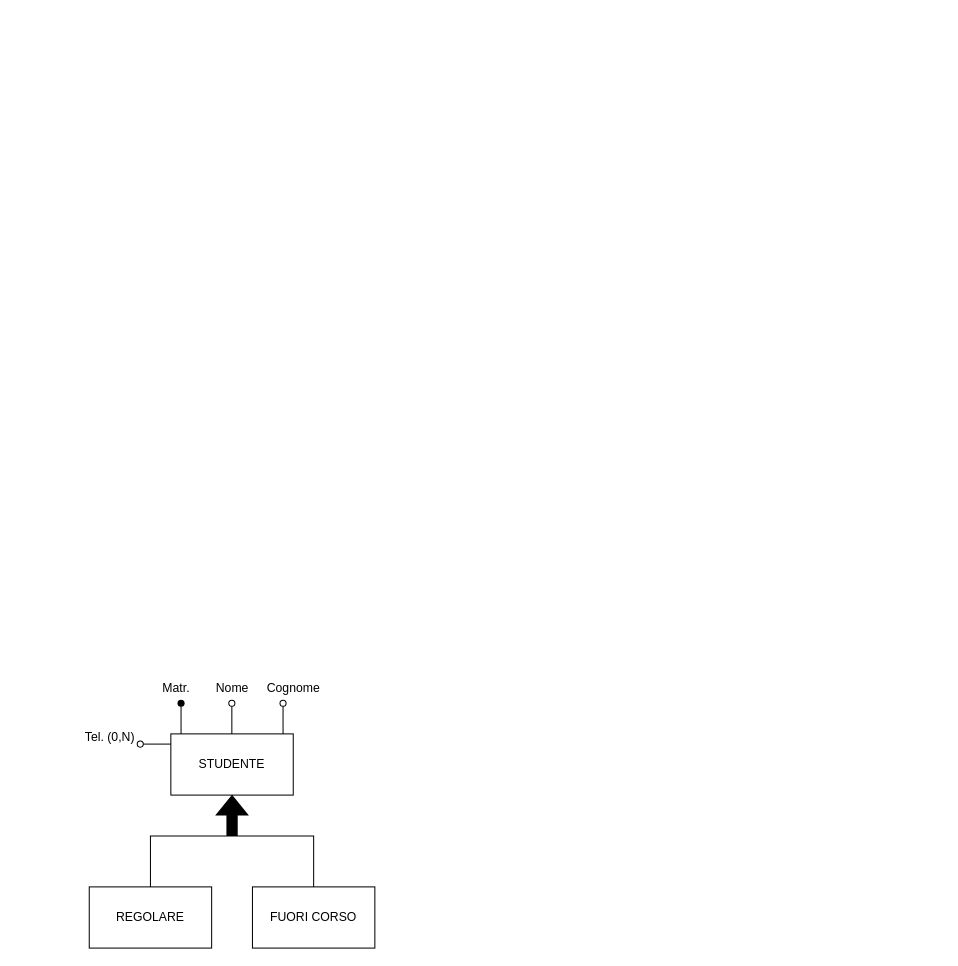
alexbnls/BasiDati keeps this draw.io diagram as Universita.drawio. Above is the earlier version. Source tidied: cells renumbered, new cells numbered last; positions are measured from the earlier drawing's top-left corner, leaving out a move shared by most shapes. Both pictures are drawn from the tidied source at 102%, with x=0, y=0 at pixel (73, 672).
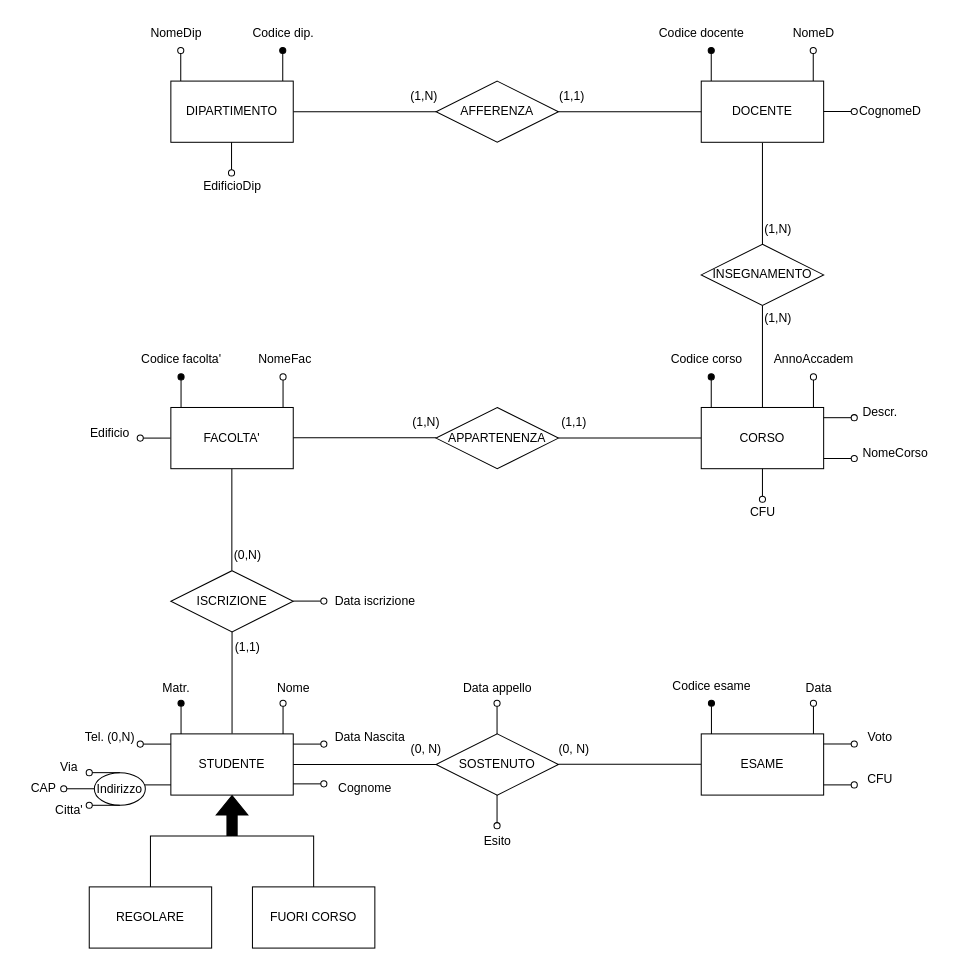
The same diagram, later.

Unchanged cells that the change refers to:
```xml
<mxCell id="2" value="STUDENTE" style="rounded=0;whiteSpace=wrap;html=1;" parent="1" vertex="1">
  <mxGeometry x="95" y="60" width="120" height="60" as="geometry" />
</mxCell>
```

Change to the diagram source:
```diff
@@
-    <mxCell id="9" style="endArrow=oval;html=1;rounded=0;endFill=0;" parent="1" edge="1">
-      <mxGeometry relative="1" as="geometry">
-        <mxPoint x="154.8" y="60" as="sourcePoint" />
-        <mxPoint x="154.8" y="30" as="targetPoint" />
-      </mxGeometry>
-    </mxCell>
@@
     <mxCell id="11" value="Nome" style="text;html=1;align=center;verticalAlign=middle;strokeColor=none;fillColor=none;" parent="1" vertex="1">
-      <mxGeometry x="125" width="60" height="30" as="geometry" />
+      <mxGeometry x="185" width="60" height="30" as="geometry" />
     </mxCell>
@@
     <mxCell id="13" value="Cognome" style="text;html=1;align=center;verticalAlign=middle;strokeColor=none;fillColor=none;" parent="1" vertex="1">
-      <mxGeometry x="175" width="80" height="30" as="geometry" />
+      <mxGeometry x="245" y="98" width="80" height="30" as="geometry" />
     </mxCell>
@@
+    <mxCell id="16" style="endArrow=oval;html=1;rounded=0;endFill=0;" parent="1" edge="1">
+      <mxGeometry relative="1" as="geometry">
+        <mxPoint x="95" y="110" as="sourcePoint" />
+        <mxPoint x="65" y="110" as="targetPoint" />
+      </mxGeometry>
+    </mxCell>
+    <mxCell id="17" value="Indirizzo" style="ellipse;whiteSpace=wrap;html=1;" parent="1" vertex="1">
+      <mxGeometry x="20" y="98" width="50" height="32" as="geometry" />
+    </mxCell>
+    <mxCell id="18" style="endArrow=oval;html=1;rounded=0;endFill=0;" parent="1" edge="1">
+      <mxGeometry relative="1" as="geometry">
+        <mxPoint x="45" y="98" as="sourcePoint" />
+        <mxPoint x="15" y="98" as="targetPoint" />
+      </mxGeometry>
+    </mxCell>
+    <mxCell id="19" value="Via" style="text;html=1;align=center;verticalAlign=middle;strokeColor=none;fillColor=none;" parent="1" vertex="1">
+      <mxGeometry x="-25" y="78" width="40" height="30" as="geometry" />
+    </mxCell>
+    <mxCell id="20" style="endArrow=oval;html=1;rounded=0;endFill=0;" parent="1" edge="1">
+      <mxGeometry relative="1" as="geometry">
+        <mxPoint x="20" y="113.8" as="sourcePoint" />
+        <mxPoint x="-10" y="113.8" as="targetPoint" />
+      </mxGeometry>
+    </mxCell>
+    <mxCell id="21" value="CAP" style="text;html=1;align=center;verticalAlign=middle;strokeColor=none;fillColor=none;" parent="1" vertex="1">
+      <mxGeometry x="-55" y="98" width="50" height="30" as="geometry" />
+    </mxCell>
+    <mxCell id="22" style="endArrow=oval;html=1;rounded=0;endFill=0;" parent="1" edge="1">
+      <mxGeometry relative="1" as="geometry">
+        <mxPoint x="45" y="130" as="sourcePoint" />
+        <mxPoint x="15" y="130" as="targetPoint" />
+      </mxGeometry>
+    </mxCell>
+    <mxCell id="23" value="Citta'" style="text;html=1;align=center;verticalAlign=middle;strokeColor=none;fillColor=none;" parent="1" vertex="1">
+      <mxGeometry x="-30" y="120" width="50" height="30" as="geometry" />
+    </mxCell>
+    <mxCell id="24" style="endArrow=oval;html=1;rounded=0;endFill=0;" parent="1" edge="1">
+      <mxGeometry relative="1" as="geometry">
+        <mxPoint x="215" y="70" as="sourcePoint" />
+        <mxPoint x="245" y="70" as="targetPoint" />
+      </mxGeometry>
+    </mxCell>
+    <mxCell id="25" value="Data Nascita" style="text;html=1;align=center;verticalAlign=middle;strokeColor=none;fillColor=none;" parent="1" vertex="1">
+      <mxGeometry x="245" y="48" width="90" height="30" as="geometry" />
+    </mxCell>
+    <mxCell id="26" style="endArrow=oval;html=1;rounded=0;endFill=0;" parent="1" edge="1">
+      <mxGeometry relative="1" as="geometry">
+        <mxPoint x="215" y="109" as="sourcePoint" />
+        <mxPoint x="245" y="109" as="targetPoint" />
+      </mxGeometry>
+    </mxCell>
+    <mxCell id="27" value="SOSTENUTO" style="rhombus;whiteSpace=wrap;html=1;" parent="1" vertex="1">
+      <mxGeometry x="355" y="60" width="120" height="60" as="geometry" />
+    </mxCell>
+    <mxCell id="28" style="endArrow=none;html=1;rounded=0;exitX=1;exitY=0.5;exitDx=0;exitDy=0;" parent="1" edge="1" source="2">
+      <mxGeometry relative="1" as="geometry">
+        <mxPoint x="355" y="90" as="targetPoint" />
+      </mxGeometry>
+    </mxCell>
+    <mxCell id="29" style="endArrow=none;html=1;rounded=0;exitX=1;exitY=0.5;exitDx=0;exitDy=0;" parent="1" edge="1">
+      <mxGeometry relative="1" as="geometry">
+        <mxPoint x="475" y="89.7" as="sourcePoint" />
+        <mxPoint x="615" y="89.7" as="targetPoint" />
+      </mxGeometry>
+    </mxCell>
+    <mxCell id="30" value="ESAME" style="rounded=0;whiteSpace=wrap;html=1;" parent="1" vertex="1">
+      <mxGeometry x="615" y="60" width="120" height="60" as="geometry" />
+    </mxCell>
+    <mxCell id="31" style="endArrow=oval;html=1;rounded=0;endFill=0;" parent="1" edge="1">
+      <mxGeometry relative="1" as="geometry">
+        <mxPoint x="414.8" y="60" as="sourcePoint" />
+        <mxPoint x="414.8" y="30" as="targetPoint" />
+      </mxGeometry>
+    </mxCell>
+    <mxCell id="32" value="Data appello" style="text;html=1;align=center;verticalAlign=middle;strokeColor=none;fillColor=none;" parent="1" vertex="1">
+      <mxGeometry x="370" width="90" height="30" as="geometry" />
+    </mxCell>
+    <mxCell id="33" style="endArrow=oval;html=1;rounded=0;endFill=0;" parent="1" edge="1">
+      <mxGeometry relative="1" as="geometry">
+        <mxPoint x="414.8" y="120" as="sourcePoint" />
+        <mxPoint x="414.8" y="150" as="targetPoint" />
+      </mxGeometry>
+    </mxCell>
+    <mxCell id="34" value="Esito" style="text;html=1;align=center;verticalAlign=middle;strokeColor=none;fillColor=none;" parent="1" vertex="1">
+      <mxGeometry x="390" y="150" width="50" height="30" as="geometry" />
+    </mxCell>
+    <mxCell id="35" value="(0, N)" style="text;html=1;align=center;verticalAlign=middle;strokeColor=none;fillColor=none;" parent="1" vertex="1">
+      <mxGeometry x="320" y="60" width="50" height="30" as="geometry" />
+    </mxCell>
+    <mxCell id="36" value="(0, N)" style="text;html=1;align=center;verticalAlign=middle;strokeColor=none;fillColor=none;" parent="1" vertex="1">
+      <mxGeometry x="465" y="60" width="50" height="30" as="geometry" />
+    </mxCell>
+    <mxCell id="37" style="endArrow=oval;html=1;rounded=0;endFill=1;" parent="1" edge="1">
+      <mxGeometry relative="1" as="geometry">
+        <mxPoint x="625" y="60" as="sourcePoint" />
+        <mxPoint x="625" y="30" as="targetPoint" />
+      </mxGeometry>
+    </mxCell>
+    <mxCell id="38" value="Codice esame" style="text;html=1;align=center;verticalAlign=middle;strokeColor=none;fillColor=none;" parent="1" vertex="1">
+      <mxGeometry x="575" y="-2" width="100" height="30" as="geometry" />
+    </mxCell>
+    <mxCell id="39" style="endArrow=oval;html=1;rounded=0;endFill=0;" parent="1" edge="1">
+      <mxGeometry relative="1" as="geometry">
+        <mxPoint x="725" y="60" as="sourcePoint" />
+        <mxPoint x="725" y="30" as="targetPoint" />
+      </mxGeometry>
+    </mxCell>
+    <mxCell id="40" value="Data" style="text;html=1;align=center;verticalAlign=middle;strokeColor=none;fillColor=none;" parent="1" vertex="1">
+      <mxGeometry x="705" width="50" height="30" as="geometry" />
+    </mxCell>
+    <mxCell id="41" style="endArrow=oval;html=1;rounded=0;endFill=0;" parent="1" edge="1">
+      <mxGeometry relative="1" as="geometry">
+        <mxPoint x="735" y="69.9" as="sourcePoint" />
+        <mxPoint x="765" y="69.9" as="targetPoint" />
+      </mxGeometry>
+    </mxCell>
+    <mxCell id="42" value="Voto" style="text;html=1;align=center;verticalAlign=middle;strokeColor=none;fillColor=none;" parent="1" vertex="1">
+      <mxGeometry x="765" y="48" width="50" height="30" as="geometry" />
+    </mxCell>
+    <mxCell id="43" style="endArrow=oval;html=1;rounded=0;endFill=0;" parent="1" edge="1">
+      <mxGeometry relative="1" as="geometry">
+        <mxPoint x="735" y="110" as="sourcePoint" />
+        <mxPoint x="765" y="110" as="targetPoint" />
+      </mxGeometry>
+    </mxCell>
+    <mxCell id="44" value="CFU" style="text;html=1;align=center;verticalAlign=middle;strokeColor=none;fillColor=none;" parent="1" vertex="1">
+      <mxGeometry x="765" y="90" width="50" height="30" as="geometry" />
+    </mxCell>
+    <mxCell id="45" value="ISCRIZIONE" style="rhombus;whiteSpace=wrap;html=1;" parent="1" vertex="1">
+      <mxGeometry x="95" y="-100" width="120" height="60" as="geometry" />
+    </mxCell>
+    <mxCell id="46" style="endArrow=none;html=1;rounded=0;exitX=1;exitY=0.5;exitDx=0;exitDy=0;" parent="1" edge="1">
+      <mxGeometry relative="1" as="geometry">
+        <mxPoint x="155" y="59.6" as="sourcePoint" />
+        <mxPoint x="155" y="-40" as="targetPoint" />
+      </mxGeometry>
+    </mxCell>
+    <mxCell id="47" value="(1,1)" style="text;html=1;align=center;verticalAlign=middle;strokeColor=none;fillColor=none;" parent="1" vertex="1">
+      <mxGeometry x="145" y="-40" width="50" height="30" as="geometry" />
+    </mxCell>
+    <mxCell id="48" style="endArrow=none;html=1;rounded=0;exitX=1;exitY=0.5;exitDx=0;exitDy=0;" parent="1" edge="1">
+      <mxGeometry relative="1" as="geometry">
+        <mxPoint x="154.8" y="-100.4" as="sourcePoint" />
+        <mxPoint x="154.8" y="-200" as="targetPoint" />
+      </mxGeometry>
+    </mxCell>
+    <mxCell id="49" style="endArrow=oval;html=1;rounded=0;endFill=0;" parent="1" edge="1">
+      <mxGeometry relative="1" as="geometry">
+        <mxPoint x="215" y="-70.2" as="sourcePoint" />
+        <mxPoint x="245" y="-70.2" as="targetPoint" />
+      </mxGeometry>
+    </mxCell>
+    <mxCell id="50" value="Data iscrizione" style="text;html=1;align=center;verticalAlign=middle;strokeColor=none;fillColor=none;" parent="1" vertex="1">
+      <mxGeometry x="245" y="-85" width="100" height="30" as="geometry" />
+    </mxCell>
+    <mxCell id="51" value="(0,N)" style="text;html=1;align=center;verticalAlign=middle;strokeColor=none;fillColor=none;" parent="1" vertex="1">
+      <mxGeometry x="145" y="-130" width="50" height="30" as="geometry" />
+    </mxCell>
+    <mxCell id="52" value="FACOLTA'" style="rounded=0;whiteSpace=wrap;html=1;" parent="1" vertex="1">
+      <mxGeometry x="95" y="-260" width="120" height="60" as="geometry" />
+    </mxCell>
+    <mxCell id="53" style="endArrow=oval;html=1;rounded=0;endFill=1;" parent="1" edge="1">
+      <mxGeometry relative="1" as="geometry">
+        <mxPoint x="105" y="-260" as="sourcePoint" />
+        <mxPoint x="105" y="-290" as="targetPoint" />
+      </mxGeometry>
+    </mxCell>
+    <mxCell id="54" value="Codice facolta'" style="text;html=1;align=center;verticalAlign=middle;strokeColor=none;fillColor=none;" parent="1" vertex="1">
+      <mxGeometry x="55" y="-322" width="100" height="30" as="geometry" />
+    </mxCell>
+    <mxCell id="55" style="endArrow=oval;html=1;rounded=0;endFill=0;" parent="1" edge="1">
+      <mxGeometry relative="1" as="geometry">
+        <mxPoint x="205" y="-260" as="sourcePoint" />
+        <mxPoint x="205" y="-290" as="targetPoint" />
+      </mxGeometry>
+    </mxCell>
+    <mxCell id="56" value="&amp;nbsp;NomeFac" style="text;html=1;align=center;verticalAlign=middle;strokeColor=none;fillColor=none;" parent="1" vertex="1">
+      <mxGeometry x="165" y="-322" width="80" height="30" as="geometry" />
+    </mxCell>
+    <mxCell id="57" style="endArrow=oval;html=1;rounded=0;endFill=0;" parent="1" edge="1">
+      <mxGeometry relative="1" as="geometry">
+        <mxPoint x="94.6" y="-230" as="sourcePoint" />
+        <mxPoint x="65" y="-230" as="targetPoint" />
+      </mxGeometry>
+    </mxCell>
+    <mxCell id="58" value="Edificio" style="text;html=1;align=center;verticalAlign=middle;strokeColor=none;fillColor=none;" parent="1" vertex="1">
+      <mxGeometry x="5" y="-250" width="60" height="30" as="geometry" />
+    </mxCell>
+    <mxCell id="59" value="APPARTENENZA" style="rhombus;whiteSpace=wrap;html=1;" parent="1" vertex="1">
+      <mxGeometry x="355" y="-260" width="120" height="60" as="geometry" />
+    </mxCell>
+    <mxCell id="60" style="endArrow=none;html=1;rounded=0;exitX=1;exitY=0.5;exitDx=0;exitDy=0;" parent="1" edge="1">
+      <mxGeometry relative="1" as="geometry">
+        <mxPoint x="215" y="-230.3" as="sourcePoint" />
+        <mxPoint x="355" y="-230.3" as="targetPoint" />
+      </mxGeometry>
+    </mxCell>
+    <mxCell id="61" value="(1,N)" style="text;html=1;align=center;verticalAlign=middle;strokeColor=none;fillColor=none;" parent="1" vertex="1">
+      <mxGeometry x="320" y="-260" width="50" height="30" as="geometry" />
+    </mxCell>
+    <mxCell id="62" style="endArrow=none;html=1;rounded=0;exitX=1;exitY=0.5;exitDx=0;exitDy=0;" parent="1" edge="1">
+      <mxGeometry relative="1" as="geometry">
+        <mxPoint x="475" y="-230" as="sourcePoint" />
+        <mxPoint x="615" y="-230" as="targetPoint" />
+      </mxGeometry>
+    </mxCell>
+    <mxCell id="63" value="(1,1)" style="text;html=1;align=center;verticalAlign=middle;strokeColor=none;fillColor=none;" parent="1" vertex="1">
+      <mxGeometry x="465" y="-260" width="50" height="30" as="geometry" />
+    </mxCell>
+    <mxCell id="64" value="CORSO" style="rounded=0;whiteSpace=wrap;html=1;" parent="1" vertex="1">
+      <mxGeometry x="615" y="-260" width="120" height="60" as="geometry" />
+    </mxCell>
+    <mxCell id="65" style="endArrow=oval;html=1;rounded=0;endFill=1;" parent="1" edge="1">
+      <mxGeometry relative="1" as="geometry">
+        <mxPoint x="624.8" y="-260" as="sourcePoint" />
+        <mxPoint x="624.8" y="-290" as="targetPoint" />
+      </mxGeometry>
+    </mxCell>
+    <mxCell id="66" value="Codice corso" style="text;html=1;align=center;verticalAlign=middle;strokeColor=none;fillColor=none;" parent="1" vertex="1">
+      <mxGeometry x="575" y="-322" width="90" height="30" as="geometry" />
+    </mxCell>
+    <mxCell id="67" style="endArrow=oval;html=1;rounded=0;endFill=0;" parent="1" edge="1">
+      <mxGeometry relative="1" as="geometry">
+        <mxPoint x="725" y="-260" as="sourcePoint" />
+        <mxPoint x="725" y="-290" as="targetPoint" />
+      </mxGeometry>
+    </mxCell>
+    <mxCell id="68" value="AnnoAccadem" style="text;html=1;align=center;verticalAlign=middle;strokeColor=none;fillColor=none;" parent="1" vertex="1">
+      <mxGeometry x="675" y="-322" width="100" height="30" as="geometry" />
+    </mxCell>
+    <mxCell id="69" style="endArrow=oval;html=1;rounded=0;endFill=0;" parent="1" edge="1">
+      <mxGeometry relative="1" as="geometry">
+        <mxPoint x="735" y="-250" as="sourcePoint" />
+        <mxPoint x="765" y="-250" as="targetPoint" />
+      </mxGeometry>
+    </mxCell>
+    <mxCell id="70" value="Descr." style="text;html=1;align=center;verticalAlign=middle;strokeColor=none;fillColor=none;" parent="1" vertex="1">
+      <mxGeometry x="760" y="-270" width="60" height="30" as="geometry" />
+    </mxCell>
+    <mxCell id="71" style="endArrow=oval;html=1;rounded=0;endFill=0;" parent="1" edge="1">
+      <mxGeometry relative="1" as="geometry">
+        <mxPoint x="735" y="-210" as="sourcePoint" />
+        <mxPoint x="765" y="-210" as="targetPoint" />
+      </mxGeometry>
+    </mxCell>
+    <mxCell id="72" value="NomeCorso" style="text;html=1;align=center;verticalAlign=middle;strokeColor=none;fillColor=none;" parent="1" vertex="1">
+      <mxGeometry x="760" y="-230" width="90" height="30" as="geometry" />
+    </mxCell>
+    <mxCell id="73" style="endArrow=none;html=1;rounded=0;exitX=1;exitY=0.5;exitDx=0;exitDy=0;" parent="1" edge="1">
+      <mxGeometry relative="1" as="geometry">
+        <mxPoint x="675" y="-260" as="sourcePoint" />
+        <mxPoint x="675" y="-359.6" as="targetPoint" />
+      </mxGeometry>
+    </mxCell>
+    <mxCell id="74" style="endArrow=oval;html=1;rounded=0;endFill=0;" parent="1" edge="1">
+      <mxGeometry relative="1" as="geometry">
+        <mxPoint x="675" y="-200" as="sourcePoint" />
+        <mxPoint x="675" y="-170" as="targetPoint" />
+      </mxGeometry>
+    </mxCell>
+    <mxCell id="75" value="CFU" style="text;html=1;align=center;verticalAlign=middle;strokeColor=none;fillColor=none;" parent="1" vertex="1">
+      <mxGeometry x="650" y="-172" width="50" height="30" as="geometry" />
+    </mxCell>
+    <mxCell id="76" value="INSEGNAMENTO" style="rhombus;whiteSpace=wrap;html=1;" parent="1" vertex="1">
+      <mxGeometry x="615" y="-420" width="120" height="60" as="geometry" />
+    </mxCell>
+    <mxCell id="77" value="(1,N)" style="text;html=1;align=center;verticalAlign=middle;strokeColor=none;fillColor=none;" parent="1" vertex="1">
+      <mxGeometry x="665" y="-362" width="50" height="30" as="geometry" />
+    </mxCell>
+    <mxCell id="78" style="endArrow=none;html=1;rounded=0;exitX=1;exitY=0.5;exitDx=0;exitDy=0;" parent="1" edge="1">
+      <mxGeometry relative="1" as="geometry">
+        <mxPoint x="675" y="-420" as="sourcePoint" />
+        <mxPoint x="675" y="-519.6" as="targetPoint" />
+      </mxGeometry>
+    </mxCell>
+    <mxCell id="79" value="DOCENTE" style="rounded=0;whiteSpace=wrap;html=1;" parent="1" vertex="1">
+      <mxGeometry x="615" y="-580" width="120" height="60" as="geometry" />
+    </mxCell>
+    <mxCell id="80" value="(1,N)" style="text;html=1;align=center;verticalAlign=middle;strokeColor=none;fillColor=none;" parent="1" vertex="1">
+      <mxGeometry x="665" y="-450" width="50" height="30" as="geometry" />
+    </mxCell>
+    <mxCell id="81" style="endArrow=oval;html=1;rounded=0;endFill=1;" parent="1" edge="1">
+      <mxGeometry relative="1" as="geometry">
+        <mxPoint x="624.8" y="-580" as="sourcePoint" />
+        <mxPoint x="624.8" y="-610" as="targetPoint" />
+      </mxGeometry>
+    </mxCell>
+    <mxCell id="82" value="Codice docente" style="text;html=1;align=center;verticalAlign=middle;strokeColor=none;fillColor=none;" parent="1" vertex="1">
+      <mxGeometry x="560" y="-642" width="110" height="30" as="geometry" />
+    </mxCell>
+    <mxCell id="83" style="endArrow=oval;html=1;rounded=0;endFill=0;" parent="1" edge="1">
+      <mxGeometry relative="1" as="geometry">
+        <mxPoint x="724.8" y="-580" as="sourcePoint" />
+        <mxPoint x="724.8" y="-610" as="targetPoint" />
+      </mxGeometry>
+    </mxCell>
+    <mxCell id="84" value="NomeD" style="text;html=1;align=center;verticalAlign=middle;strokeColor=none;fillColor=none;" parent="1" vertex="1">
+      <mxGeometry x="695" y="-642" width="60" height="30" as="geometry" />
+    </mxCell>
+    <mxCell id="85" style="endArrow=oval;html=1;rounded=0;endFill=0;" parent="1" edge="1">
+      <mxGeometry relative="1" as="geometry">
+        <mxPoint x="735" y="-550.2" as="sourcePoint" />
+        <mxPoint x="765" y="-550.2" as="targetPoint" />
+      </mxGeometry>
+    </mxCell>
+    <mxCell id="86" value="CognomeD" style="text;html=1;align=center;verticalAlign=middle;strokeColor=none;fillColor=none;" parent="1" vertex="1">
+      <mxGeometry x="760" y="-565" width="80" height="30" as="geometry" />
+    </mxCell>
+    <mxCell id="87" value="AFFERENZA" style="rhombus;whiteSpace=wrap;html=1;" parent="1" vertex="1">
+      <mxGeometry x="355" y="-580" width="120" height="60" as="geometry" />
+    </mxCell>
+    <mxCell id="88" value="(1,N)" style="text;html=1;align=center;verticalAlign=middle;strokeColor=none;fillColor=none;" parent="1" vertex="1">
+      <mxGeometry x="317.5" y="-580" width="50" height="30" as="geometry" />
+    </mxCell>
+    <mxCell id="89" value="(1,1)" style="text;html=1;align=center;verticalAlign=middle;strokeColor=none;fillColor=none;" parent="1" vertex="1">
+      <mxGeometry x="462.5" y="-580" width="50" height="30" as="geometry" />
+    </mxCell>
+    <mxCell id="90" style="endArrow=none;html=1;rounded=0;exitX=1;exitY=0.5;exitDx=0;exitDy=0;" parent="1" edge="1">
+      <mxGeometry relative="1" as="geometry">
+        <mxPoint x="475" y="-550" as="sourcePoint" />
+        <mxPoint x="615" y="-550" as="targetPoint" />
+      </mxGeometry>
+    </mxCell>
+    <mxCell id="91" style="endArrow=none;html=1;rounded=0;exitX=1;exitY=0.5;exitDx=0;exitDy=0;" parent="1" edge="1">
+      <mxGeometry relative="1" as="geometry">
+        <mxPoint x="215" y="-550" as="sourcePoint" />
+        <mxPoint x="355" y="-550" as="targetPoint" />
+      </mxGeometry>
+    </mxCell>
+    <mxCell id="92" value="DIPARTIMENTO" style="rounded=0;whiteSpace=wrap;html=1;" parent="1" vertex="1">
+      <mxGeometry x="95" y="-580" width="120" height="60" as="geometry" />
+    </mxCell>
+    <mxCell id="93" style="endArrow=oval;html=1;rounded=0;endFill=1;" parent="1" edge="1">
+      <mxGeometry relative="1" as="geometry">
+        <mxPoint x="204.7" y="-580" as="sourcePoint" />
+        <mxPoint x="204.7" y="-610" as="targetPoint" />
+      </mxGeometry>
+    </mxCell>
+    <mxCell id="94" value="Codice dip." style="text;html=1;align=center;verticalAlign=middle;strokeColor=none;fillColor=none;" parent="1" vertex="1">
+      <mxGeometry x="165" y="-642" width="80" height="30" as="geometry" />
+    </mxCell>
+    <mxCell id="95" style="endArrow=oval;html=1;rounded=0;endFill=0;" parent="1" edge="1">
+      <mxGeometry relative="1" as="geometry">
+        <mxPoint x="104.7" y="-580" as="sourcePoint" />
+        <mxPoint x="104.7" y="-610" as="targetPoint" />
+      </mxGeometry>
+    </mxCell>
+    <mxCell id="96" value="NomeDip" style="text;html=1;align=center;verticalAlign=middle;strokeColor=none;fillColor=none;" parent="1" vertex="1">
+      <mxGeometry x="65" y="-642" width="70" height="30" as="geometry" />
+    </mxCell>
+    <mxCell id="97" style="endArrow=oval;html=1;rounded=0;endFill=0;" parent="1" edge="1">
+      <mxGeometry relative="1" as="geometry">
+        <mxPoint x="154.5" y="-520" as="sourcePoint" />
+        <mxPoint x="154.5" y="-490" as="targetPoint" />
+      </mxGeometry>
+    </mxCell>
+    <mxCell id="98" value="EdificioDip" style="text;html=1;align=center;verticalAlign=middle;strokeColor=none;fillColor=none;" parent="1" vertex="1">
+      <mxGeometry x="115" y="-492" width="80" height="30" as="geometry" />
+    </mxCell>
```
